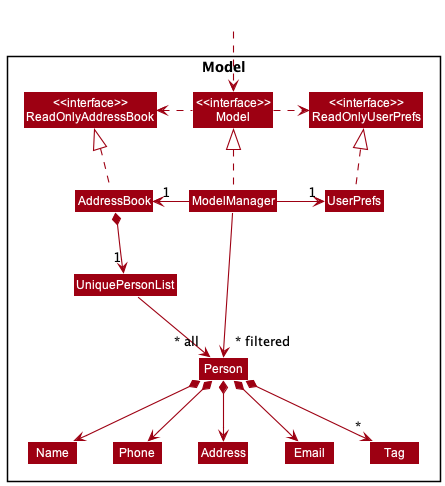
This is docs/images/ModelClassDiagram.png from nus-cs2103-AY2223S1/tp, a PlantUML export, as it was before one commit.
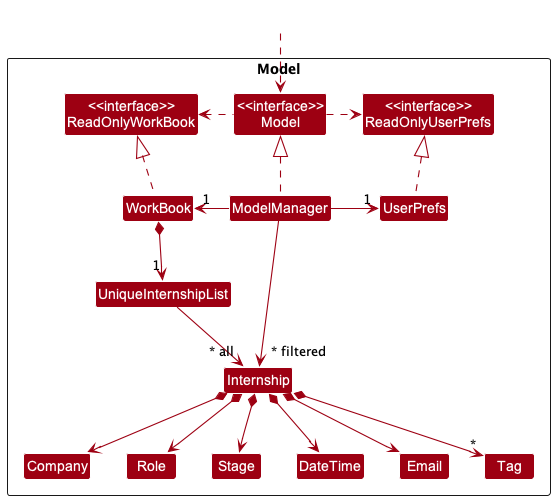
Above is the later version.

What changed in the source:
```diff
@@ -5,19 +5,20 @@
 skinparam classBackgroundColor MODEL_COLOR
 
 Package Model <<Rectangle>>{
-Class "<<interface>>\nReadOnlyAddressBook" as ReadOnlyAddressBook
+Class "<<interface>>\nReadOnlyWorkBook" as ReadOnlyWorkBook
 Class "<<interface>>\nReadOnlyUserPrefs" as ReadOnlyUserPrefs
 Class "<<interface>>\nModel" as Model
-Class AddressBook
+Class WorkBook
 Class ModelManager
 Class UserPrefs
 
-Class UniquePersonList
-Class Person
-Class Address
+Class UniqueInternshipList
+Class Internship
+Class Company
+Class DateTime
+Class Role
+Class Stage
 Class Email
-Class Name
-Class Phone
 Class Tag
 
 }
@@ -25,26 +26,27 @@
 Class HiddenOutside #FFFFFF
 HiddenOutside ..> Model
 
-AddressBook .up.|> ReadOnlyAddressBook
+WorkBook .up.|> ReadOnlyWorkBook
 
 ModelManager .up.|> Model
 Model .right.> ReadOnlyUserPrefs
-Model .left.> ReadOnlyAddressBook
-ModelManager -left-> "1" AddressBook
+Model .left.> ReadOnlyWorkBook
+ModelManager -left-> "1" WorkBook
 ModelManager -right-> "1" UserPrefs
 UserPrefs .up.|> ReadOnlyUserPrefs
 
-AddressBook *--> "1" UniquePersonList
-UniquePersonList --> "~* all" Person
-Person *--> Name
-Person *--> Phone
-Person *--> Email
-Person *--> Address
-Person *--> "*" Tag
+WorkBook *--> "1" UniqueInternshipList
+UniqueInternshipList --> "~* all" Internship
+Internship *--> Company
+Internship *--> DateTime
+Internship *--> Role
+Internship *--> Stage
+Internship *--> Email
+Internship *--> "*" Tag
 
-Name -[hidden]right-> Phone
-Phone -[hidden]right-> Address
-Address -[hidden]right-> Email
+Company -[hidden]right-> Role
+Role -[hidden]right-> Stage
+Stage -[hidden]right-> DateTime
 
-ModelManager -->"~* filtered" Person
+ModelManager -->"~* filtered" Internship
 @enduml
```
